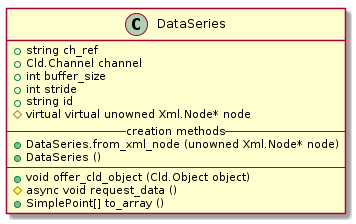
geoffjay/comp8506-docs keeps this PlantUML diagram as report/figures/design/class/core/dataseries.png. Above is the earlier version.
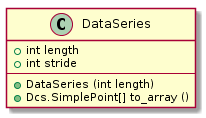
Above is the later version.

Change to the diagram source:
```diff
@@ -1,17 +1,9 @@
 @startuml
 class DataSeries {
-    +string ch_ref
-    +Cld.Channel channel
-    +int buffer_size
+    +int length
     +int stride
-    +string id
-    #virtual virtual unowned Xml.Node* node
-    --creation methods--
-    +DataSeries.from_xml_node (unowned Xml.Node* node)
-    +DataSeries ()
     ----
-    +void offer_cld_object (Cld.Object object)
-    #async void request_data ()
-    +SimplePoint[] to_array ()
+    +DataSeries (int length)
+    +Dcs.SimplePoint[] to_array ()
 }
 @enduml
```
